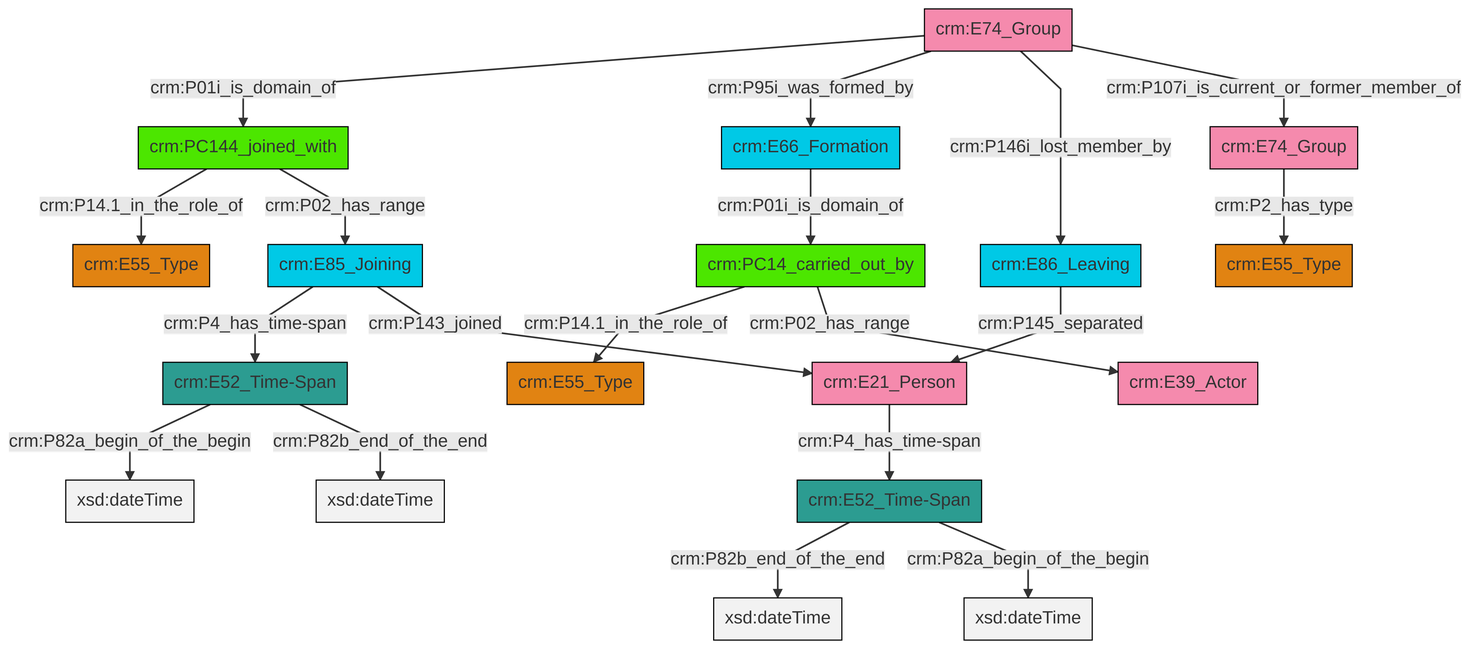
This is et/groupCSV/ttl/mmd/png/group_actor_relations.png from swiss-art-research-net/reference-data-models, a Mermaid export, as it was before one commit. Its source is kept beside it as et/groupCSV/ttl/mmd/group_actor_relations.ttl.mmd.
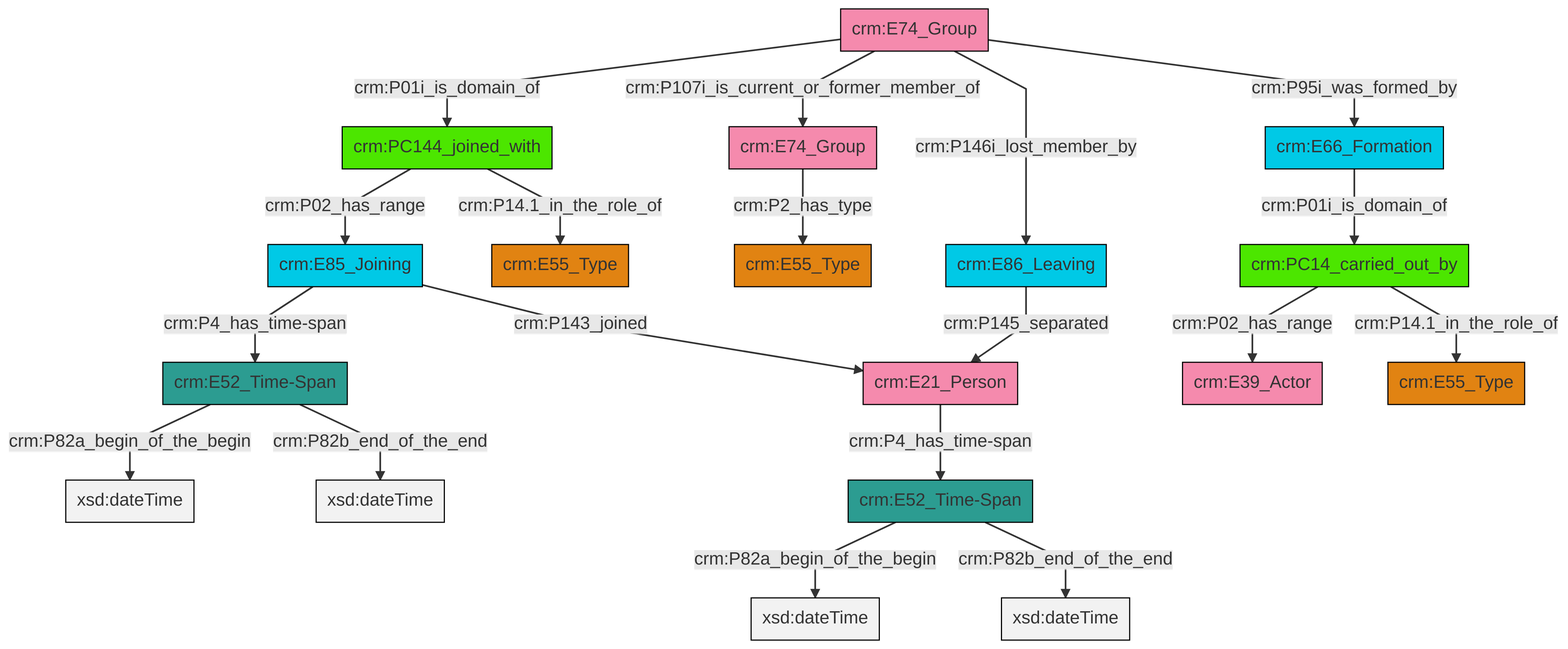
After the change.

The edit, as a diff of the source:
```diff
@@ -13,21 +13,21 @@
 classDef PC_Classes fill:#4ce600, stroke:#000000;
 classDef Multi fill:#cccccc,stroke:#000000;
 
-4["crm:PC144_joined_with"]:::PC_Classes -->|crm:P14.1_in_the_role_of| 6["crm:E55_Type"]:::Type
-0["crm:E52_Time-Span"]:::Time-Span -->|crm:P82b_end_of_the_end| 7[xsd:dateTime]:::Literal
-10["crm:PC14_carried_out_by"]:::PC_Classes -->|crm:P14.1_in_the_role_of| 2["crm:E55_Type"]:::Type
-13["crm:E52_Time-Span"]:::Time-Span -->|crm:P82a_begin_of_the_begin| 14[xsd:dateTime]:::Literal
-10["crm:PC14_carried_out_by"]:::PC_Classes -->|crm:P02_has_range| 11["crm:E39_Actor"]:::Actor
-16["crm:E74_Group"]:::Actor -->|crm:P01i_is_domain_of| 4["crm:PC144_joined_with"]:::PC_Classes
-13["crm:E52_Time-Span"]:::Time-Span -->|crm:P82b_end_of_the_end| 17[xsd:dateTime]:::Literal
-20["crm:E21_Person"]:::Actor -->|crm:P4_has_time-span| 0["crm:E52_Time-Span"]:::Time-Span
-21["crm:E85_Joining"]:::Temporal_Entity -->|crm:P4_has_time-span| 13["crm:E52_Time-Span"]:::Time-Span
-16["crm:E74_Group"]:::Actor -->|crm:P95i_was_formed_by| 22["crm:E66_Formation"]:::Temporal_Entity
-0["crm:E52_Time-Span"]:::Time-Span -->|crm:P82a_begin_of_the_begin| 23[xsd:dateTime]:::Literal
-16["crm:E74_Group"]:::Actor -->|crm:P146i_lost_member_by| 18["crm:E86_Leaving"]:::Temporal_Entity
-25["crm:E74_Group"]:::Actor -->|crm:P2_has_type| 8["crm:E55_Type"]:::Type
-18["crm:E86_Leaving"]:::Temporal_Entity -->|crm:P145_separated| 20["crm:E21_Person"]:::Actor
-16["crm:E74_Group"]:::Actor -->|crm:P107i_is_current_or_former_member_of| 25["crm:E74_Group"]:::Actor
-21["crm:E85_Joining"]:::Temporal_Entity -->|crm:P143_joined| 20["crm:E21_Person"]:::Actor
-4["crm:PC144_joined_with"]:::PC_Classes -->|crm:P02_has_range| 21["crm:E85_Joining"]:::Temporal_Entity
-22["crm:E66_Formation"]:::Temporal_Entity -->|crm:P01i_is_domain_of| 10["crm:PC14_carried_out_by"]:::PC_Classes
+10["crm:E86_Leaving"]:::Temporal_Entity -->|crm:P145_separated| 8["crm:E21_Person"]:::Actor
+11["crm:E85_Joining"]:::Temporal_Entity -->|crm:P4_has_time-span| 4["crm:E52_Time-Span"]:::Time-Span
+12["crm:E74_Group"]:::Actor -->|crm:P01i_is_domain_of| 6["crm:PC144_joined_with"]:::PC_Classes
+11["crm:E85_Joining"]:::Temporal_Entity -->|crm:P143_joined| 8["crm:E21_Person"]:::Actor
+15["crm:PC14_carried_out_by"]:::PC_Classes -->|crm:P02_has_range| 16["crm:E39_Actor"]:::Actor
+4["crm:E52_Time-Span"]:::Time-Span -->|crm:P82a_begin_of_the_begin| 19[xsd:dateTime]:::Literal
+12["crm:E74_Group"]:::Actor -->|crm:P107i_is_current_or_former_member_of| 2["crm:E74_Group"]:::Actor
+8["crm:E21_Person"]:::Actor -->|crm:P4_has_time-span| 13["crm:E52_Time-Span"]:::Time-Span
+4["crm:E52_Time-Span"]:::Time-Span -->|crm:P82b_end_of_the_end| 22[xsd:dateTime]:::Literal
+25["crm:E66_Formation"]:::Temporal_Entity -->|crm:P01i_is_domain_of| 15["crm:PC14_carried_out_by"]:::PC_Classes
+13["crm:E52_Time-Span"]:::Time-Span -->|crm:P82a_begin_of_the_begin| 26[xsd:dateTime]:::Literal
+6["crm:PC144_joined_with"]:::PC_Classes -->|crm:P02_has_range| 11["crm:E85_Joining"]:::Temporal_Entity
+6["crm:PC144_joined_with"]:::PC_Classes -->|crm:P14.1_in_the_role_of| 0["crm:E55_Type"]:::Type
+13["crm:E52_Time-Span"]:::Time-Span -->|crm:P82b_end_of_the_end| 32[xsd:dateTime]:::Literal
+12["crm:E74_Group"]:::Actor -->|crm:P146i_lost_member_by| 10["crm:E86_Leaving"]:::Temporal_Entity
+2["crm:E74_Group"]:::Actor -->|crm:P2_has_type| 20["crm:E55_Type"]:::Type
+15["crm:PC14_carried_out_by"]:::PC_Classes -->|crm:P14.1_in_the_role_of| 28["crm:E55_Type"]:::Type
+12["crm:E74_Group"]:::Actor -->|crm:P95i_was_formed_by| 25["crm:E66_Formation"]:::Temporal_Entity
```
